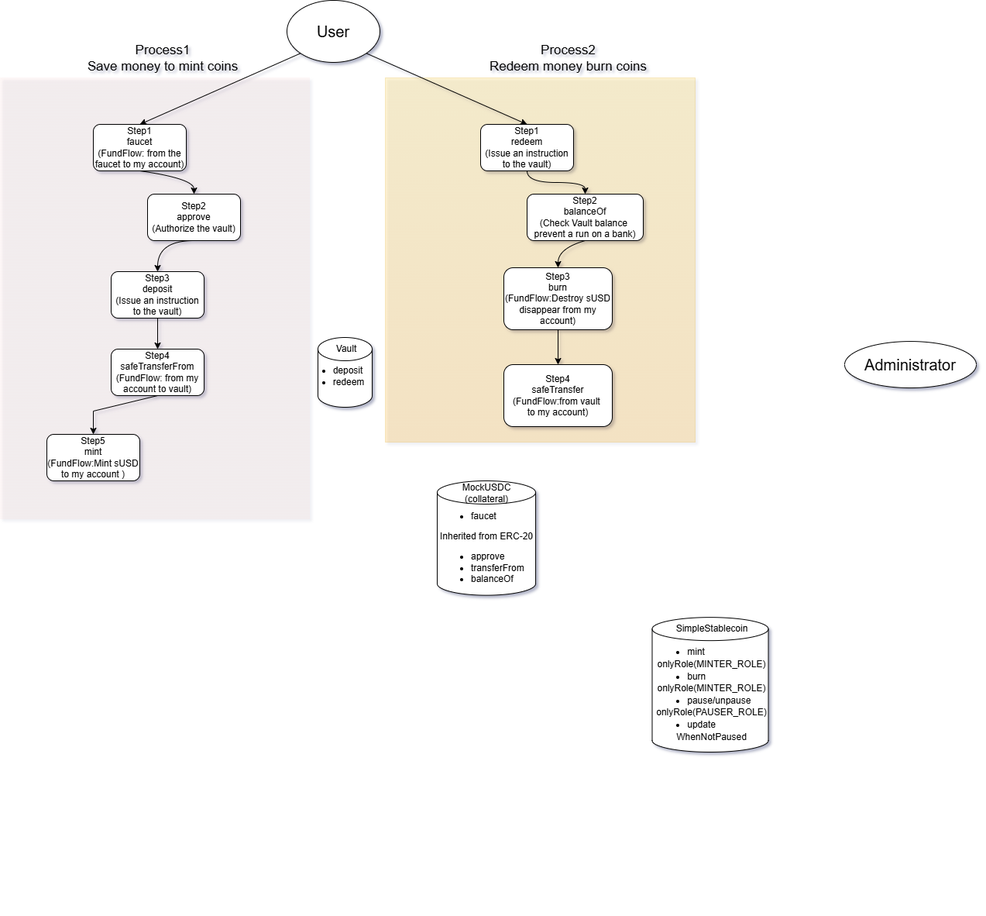
This is architecture.png from xiaomangli69-max/stablecoin-lab-2026, a draw.io export, as it was before one commit. Source tidied: cells renumbered, new cells last; positions are measured from the earlier drawing's top-left corner, leaving out a move shared by most shapes.
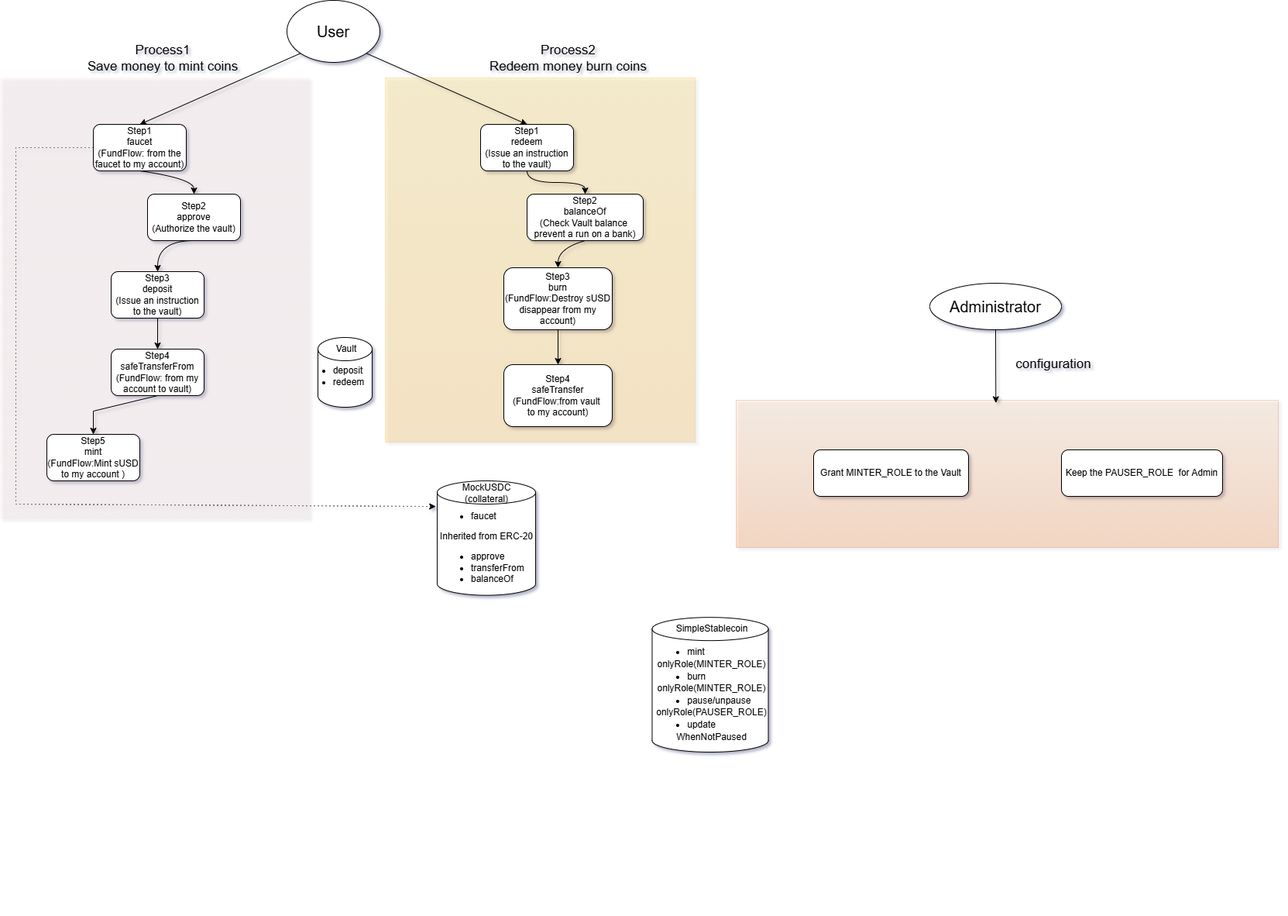
After the change.

Diff of the diagram source:
```diff
@@ -2,6 +2,9 @@
   <root>
     <mxCell id="0" />
     <mxCell id="1" parent="0" />
+    <mxCell id="38" style="rounded=0;whiteSpace=wrap;html=1;opacity=20;fillColor=#FFCC99;fontColor=#000000;strokeColor=#C73500;gradientDirection=south;gradientColor=#FA6800;" parent="1" vertex="1">
+      <mxGeometry x="950" y="516" width="700" height="189.9" as="geometry" />
+    </mxCell>
     <mxCell id="2" style="rounded=0;whiteSpace=wrap;html=1;opacity=20;labelBackgroundColor=none;fillColor=#ffcd28;strokeColor=#d79b00;gradientColor=#ffa500;" parent="1" vertex="1">
       <mxGeometry x="497" y="100" width="400" height="470" as="geometry" />
     </mxCell>
@@ -125,7 +128,27 @@
       <mxGeometry x="14.1" y="31" width="189" height="99.5" as="geometry" />
     </mxCell>
     <mxCell id="37" value="&lt;font style=&quot;font-size: 20px;&quot;&gt;Administrator&lt;/font&gt;" style="ellipse;whiteSpace=wrap;html=1;shapeInside=1;" parent="1" vertex="1">
-      <mxGeometry x="1090" y="440.1" width="170" height="60" as="geometry" />
+      <mxGeometry x="1200" y="365" width="170" height="60" as="geometry" />
     </mxCell>
+    <mxCell id="39" value="Grant MINTER_ROLE to the Vault" style="rounded=1;whiteSpace=wrap;html=1;roundedPerimeter=1;" parent="1" vertex="1">
+      <mxGeometry x="1050" y="580" width="200" height="60" as="geometry" />
+    </mxCell>
+    <mxCell id="40" value="Keep the PAUSER_ROLE&amp;nbsp; for Admin" style="rounded=1;whiteSpace=wrap;html=1;roundedPerimeter=1;" parent="1" vertex="1">
+      <mxGeometry x="1370" y="580" width="208" height="60" as="geometry" />
+    </mxCell>
+    <mxCell id="41" style="endArrow=classic;html=1;rounded=0;exitX=0.5;exitY=1;exitDx=0;exitDy=0;entryX=0.479;entryY=0.018;entryDx=0;entryDy=0;entryPerimeter=0;" parent="1" edge="1" source="37" target="38">
+      <mxGeometry relative="1" as="geometry" />
+    </mxCell>
+    <mxCell id="42" value="&lt;font style=&quot;font-size: 17px;&quot;&gt;configuration&lt;/font&gt;" style="text;html=1;whiteSpace=wrap;strokeColor=none;fillColor=none;align=center;verticalAlign=middle;rounded=0;" parent="1" vertex="1">
+      <mxGeometry x="1330" y="455" width="60" height="30" as="geometry" />
+    </mxCell>
+    <mxCell id="43" style="endArrow=classic;html=1;rounded=0;exitX=0;exitY=0.5;exitDx=0;exitDy=0;entryX=-0.014;entryY=0.224;entryDx=0;entryDy=0;entryPerimeter=0;dashed=1;dashPattern=1 4;" parent="1" edge="1" source="5" target="30">
+      <mxGeometry x="-0.36" relative="1" as="geometry">
+        <Array as="points">
+          <mxPoint x="20" y="190" />
+          <mxPoint x="20" y="650" />
+        </Array>
+      </mxGeometry>
+    </mxCell>
   </root>
 </mxGraphModel>
```
